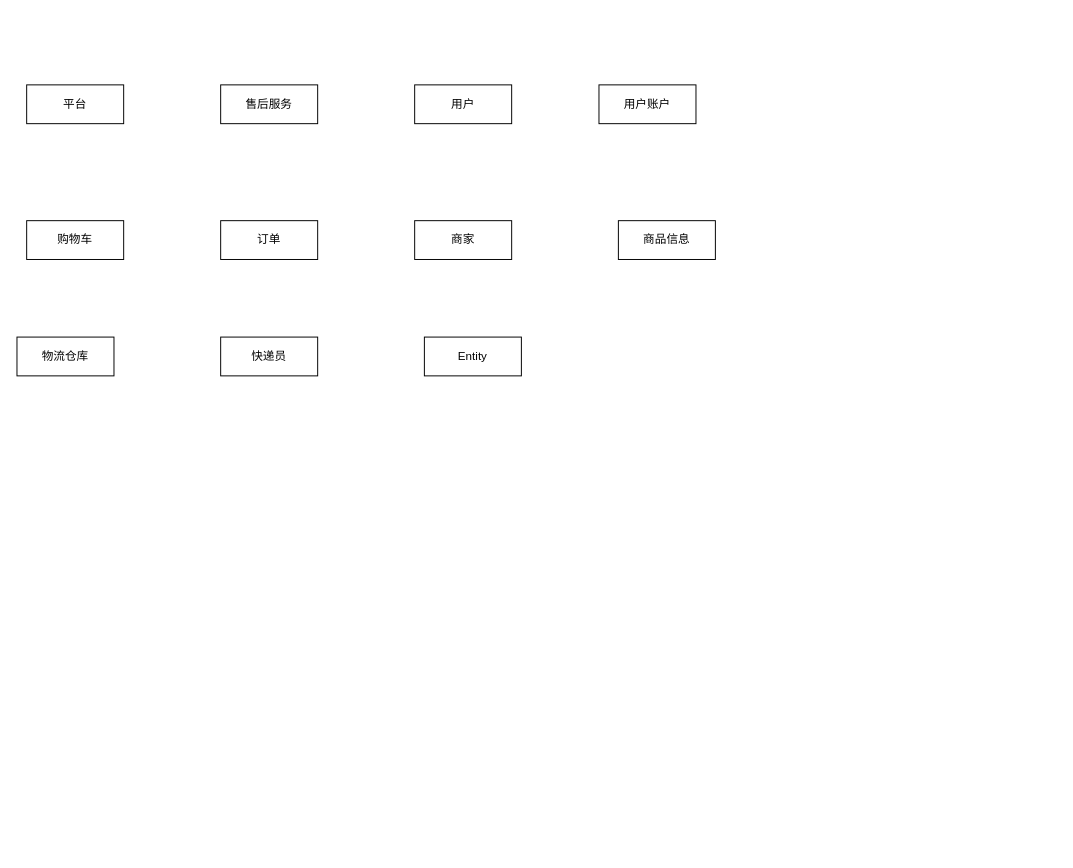
Above: 未命名绘图.drawio in ElainaX/SRTP (draw.io), before the change. Source tidied: cells renumbered, new cells numbered last; positions are measured from the earlier drawing's top-left corner, leaving out a move shared by most shapes. Both pictures are drawn from the tidied source at 97%, with x=0, y=0 at pixel (16, 84).
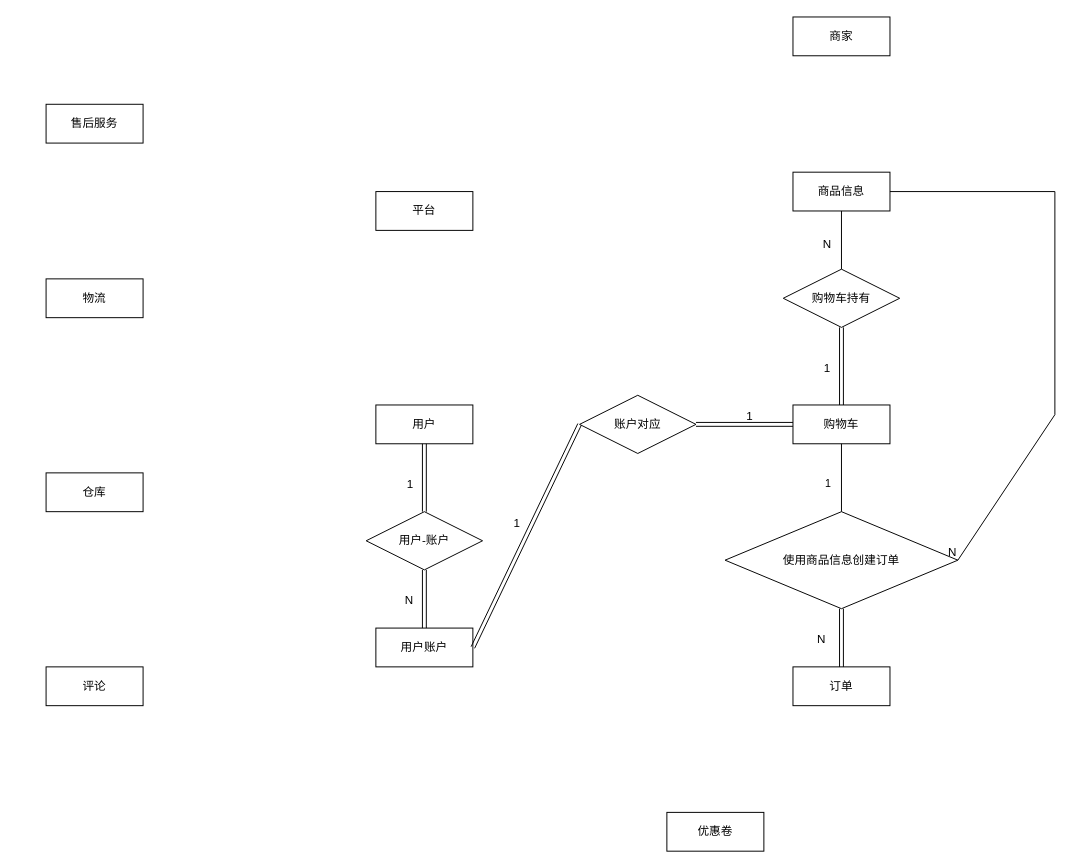
The same diagram, later.

Commit message (it also covers changes not shown here):
更新未命名绘图.drawio

The edit, as a diff of the source:
```diff
@@
     <mxCell id="2" value="平台" style="whiteSpace=wrap;html=1;align=center;" parent="1" vertex="1">
-      <mxGeometry x="10" width="100" height="40" as="geometry" />
+      <mxGeometry x="370" y="110" width="100" height="40" as="geometry" />
     </mxCell>
     <mxCell id="3" value="售后服务" style="whiteSpace=wrap;html=1;align=center;" parent="1" vertex="1">
-      <mxGeometry x="210" width="100" height="40" as="geometry" />
+      <mxGeometry x="30" y="20" width="100" height="40" as="geometry" />
     </mxCell>
     <mxCell id="4" value="用户" style="whiteSpace=wrap;html=1;align=center;" parent="1" vertex="1">
-      <mxGeometry x="410" width="100" height="40" as="geometry" />
+      <mxGeometry x="370" y="330" width="100" height="40" as="geometry" />
     </mxCell>
     <mxCell id="5" value="用户账户" style="whiteSpace=wrap;html=1;align=center;" parent="1" vertex="1">
-      <mxGeometry x="600" width="100" height="40" as="geometry" />
+      <mxGeometry x="370" y="560" width="100" height="40" as="geometry" />
     </mxCell>
     <mxCell id="6" value="购物车" style="whiteSpace=wrap;html=1;align=center;" parent="1" vertex="1">
-      <mxGeometry x="10" y="140" width="100" height="40" as="geometry" />
+      <mxGeometry x="800" y="330" width="100" height="40" as="geometry" />
     </mxCell>
     <mxCell id="7" value="订单" style="whiteSpace=wrap;html=1;align=center;" parent="1" vertex="1">
-      <mxGeometry x="210" y="140" width="100" height="40" as="geometry" />
+      <mxGeometry x="800" y="600" width="100" height="40" as="geometry" />
     </mxCell>
     <mxCell id="8" value="商家" style="whiteSpace=wrap;html=1;align=center;" parent="1" vertex="1">
-      <mxGeometry x="410" y="140" width="100" height="40" as="geometry" />
+      <mxGeometry x="800" y="-70" width="100" height="40" as="geometry" />
     </mxCell>
     <mxCell id="9" value="商品信息" style="whiteSpace=wrap;html=1;align=center;" parent="1" vertex="1">
-      <mxGeometry x="620" y="140" width="100" height="40" as="geometry" />
+      <mxGeometry x="800" y="90" width="100" height="40" as="geometry" />
     </mxCell>
-    <mxCell id="10" value="物流仓库" style="whiteSpace=wrap;html=1;align=center;" parent="1" vertex="1">
-      <mxGeometry y="260" width="100" height="40" as="geometry" />
+    <mxCell id="10" value="仓库" style="whiteSpace=wrap;html=1;align=center;" parent="1" vertex="1">
+      <mxGeometry x="30" y="400" width="100" height="40" as="geometry" />
     </mxCell>
-    <mxCell id="11" value="快递员" style="whiteSpace=wrap;html=1;align=center;" parent="1" vertex="1">
-      <mxGeometry x="210" y="260" width="100" height="40" as="geometry" />
+    <mxCell id="11" value="物流" style="whiteSpace=wrap;html=1;align=center;" parent="1" vertex="1">
+      <mxGeometry x="30" y="200" width="100" height="40" as="geometry" />
     </mxCell>
-    <mxCell id="12" value="Entity" style="whiteSpace=wrap;html=1;align=center;" parent="1" vertex="1">
-      <mxGeometry x="420" y="260" width="100" height="40" as="geometry" />
+    <mxCell id="12" value="优惠卷" style="whiteSpace=wrap;html=1;align=center;" parent="1" vertex="1">
+      <mxGeometry x="670" y="750" width="100" height="40" as="geometry" />
     </mxCell>
+    <mxCell id="13" value="评论" style="whiteSpace=wrap;html=1;align=center;" parent="1" vertex="1">
+      <mxGeometry x="30" y="600" width="100" height="40" as="geometry" />
+    </mxCell>
+    <mxCell id="14" value="用户-账户" style="shape=rhombus;perimeter=rhombusPerimeter;whiteSpace=wrap;html=1;align=center;" parent="1" vertex="1">
+      <mxGeometry x="360" y="440" width="120" height="60" as="geometry" />
+    </mxCell>
+    <mxCell id="15" style="shape=link;html=1;rounded=0;exitX=0.5;exitY=1;exitDx=0;exitDy=0;entryX=0.5;entryY=0;entryDx=0;entryDy=0;" parent="1" edge="1" source="4" target="14">
+      <mxGeometry relative="1" as="geometry" />
+    </mxCell>
+    <mxCell id="16" value="1" style="html=1;whiteSpace=wrap;align=right;verticalAlign=bottom;" parent="15" vertex="1">
+      <mxGeometry x="1" relative="1" as="geometry">
+        <mxPoint x="-10" y="-20" as="offset" />
+      </mxGeometry>
+    </mxCell>
+    <mxCell id="17" style="shape=link;html=1;rounded=0;exitX=0.5;exitY=1;exitDx=0;exitDy=0;entryX=0.5;entryY=0;entryDx=0;entryDy=0;" parent="1" edge="1" source="14" target="5">
+      <mxGeometry relative="1" as="geometry" />
+    </mxCell>
+    <mxCell id="18" value="N" style="html=1;whiteSpace=wrap;align=right;verticalAlign=bottom;" parent="17" vertex="1">
+      <mxGeometry x="1" relative="1" as="geometry">
+        <mxPoint x="-10" y="-20" as="offset" />
+      </mxGeometry>
+    </mxCell>
+    <mxCell id="19" value="账户对应" style="shape=rhombus;perimeter=rhombusPerimeter;whiteSpace=wrap;html=1;align=center;" parent="1" vertex="1">
+      <mxGeometry x="580" y="320" width="120" height="60" as="geometry" />
+    </mxCell>
+    <mxCell id="20" style="shape=link;html=1;rounded=0;entryX=0;entryY=0.5;entryDx=0;entryDy=0;exitX=1;exitY=0.5;exitDx=0;exitDy=0;" parent="1" edge="1" source="5" target="19">
+      <mxGeometry relative="1" as="geometry" />
+    </mxCell>
+    <mxCell id="21" value="1" style="html=1;whiteSpace=wrap;align=right;verticalAlign=bottom;" parent="20" vertex="1">
+      <mxGeometry x="1" relative="1" as="geometry">
+        <mxPoint x="-60" y="110" as="offset" />
+      </mxGeometry>
+    </mxCell>
+    <mxCell id="22" style="shape=link;html=1;rounded=0;exitX=1;exitY=0.5;exitDx=0;exitDy=0;entryX=0;entryY=0.5;entryDx=0;entryDy=0;" parent="1" edge="1" source="19" target="6">
+      <mxGeometry relative="1" as="geometry" />
+    </mxCell>
+    <mxCell id="23" value="1" style="html=1;whiteSpace=wrap;align=right;verticalAlign=bottom;" parent="22" vertex="1">
+      <mxGeometry x="1" relative="1" as="geometry">
+        <mxPoint x="-40" as="offset" />
+      </mxGeometry>
+    </mxCell>
+    <mxCell id="24" value="购物车持有" style="shape=rhombus;perimeter=rhombusPerimeter;whiteSpace=wrap;html=1;align=center;" parent="1" vertex="1">
+      <mxGeometry x="790" y="190" width="120" height="60" as="geometry" />
+    </mxCell>
+    <mxCell id="25" style="shape=link;html=1;rounded=0;exitX=0.5;exitY=1;exitDx=0;exitDy=0;entryX=0.5;entryY=0;entryDx=0;entryDy=0;" parent="1" edge="1" source="24" target="6">
+      <mxGeometry relative="1" as="geometry" />
+    </mxCell>
+    <mxCell id="26" value="1" style="html=1;whiteSpace=wrap;align=right;verticalAlign=bottom;" parent="25" vertex="1">
+      <mxGeometry x="1" relative="1" as="geometry">
+        <mxPoint x="-10" y="-30" as="offset" />
+      </mxGeometry>
+    </mxCell>
+    <mxCell id="27" style="endArrow=none;html=1;rounded=0;entryX=0.5;entryY=1;entryDx=0;entryDy=0;exitX=0.5;exitY=0;exitDx=0;exitDy=0;" parent="1" edge="1" source="24" target="9">
+      <mxGeometry relative="1" as="geometry" />
+    </mxCell>
+    <mxCell id="28" value="N" style="text;html=1;align=center;verticalAlign=middle;strokeColor=none;fillColor=none;" parent="1" vertex="1">
+      <mxGeometry x="820" y="150" width="30" height="30" as="geometry" />
+    </mxCell>
+    <mxCell id="29" value="使用商品信息创建订单" style="shape=rhombus;perimeter=rhombusPerimeter;whiteSpace=wrap;html=1;align=center;" parent="1" vertex="1">
+      <mxGeometry x="730" y="440" width="240" height="100" as="geometry" />
+    </mxCell>
+    <mxCell id="30" style="endArrow=none;html=1;rounded=0;exitX=0.5;exitY=1;exitDx=0;exitDy=0;entryX=0.5;entryY=0;entryDx=0;entryDy=0;" parent="1" edge="1" source="6" target="29">
+      <mxGeometry relative="1" as="geometry" />
+    </mxCell>
+    <mxCell id="31" value="1" style="edgeLabel;html=1;align=center;verticalAlign=middle;" parent="30" vertex="1">
+      <mxGeometry x="-0.05" relative="1" as="geometry">
+        <mxPoint x="-15" y="7" as="offset" />
+      </mxGeometry>
+    </mxCell>
+    <mxCell id="32" style="endArrow=none;html=1;rounded=0;exitX=1;exitY=0.5;exitDx=0;exitDy=0;entryX=1;entryY=0.5;entryDx=0;entryDy=0;" parent="1" edge="1" source="9" target="29">
+      <mxGeometry relative="1" as="geometry">
+        <Array as="points">
+          <mxPoint x="1070" y="110" />
+          <mxPoint x="1070" y="340" />
+        </Array>
+      </mxGeometry>
+    </mxCell>
+    <mxCell id="33" value="N" style="html=1;whiteSpace=wrap;align=right;verticalAlign=bottom;" parent="32" vertex="1">
+      <mxGeometry x="1" relative="1" as="geometry" />
+    </mxCell>
+    <mxCell id="34" style="shape=link;html=1;rounded=0;exitX=0.5;exitY=1;exitDx=0;exitDy=0;entryX=0.5;entryY=0;entryDx=0;entryDy=0;" parent="1" edge="1" source="29" target="7">
+      <mxGeometry relative="1" as="geometry" />
+    </mxCell>
+    <mxCell id="35" value="N" style="html=1;whiteSpace=wrap;align=right;verticalAlign=bottom;" parent="34" vertex="1">
+      <mxGeometry x="1" relative="1" as="geometry">
+        <mxPoint x="-15" y="-20" as="offset" />
+      </mxGeometry>
+    </mxCell>
```
